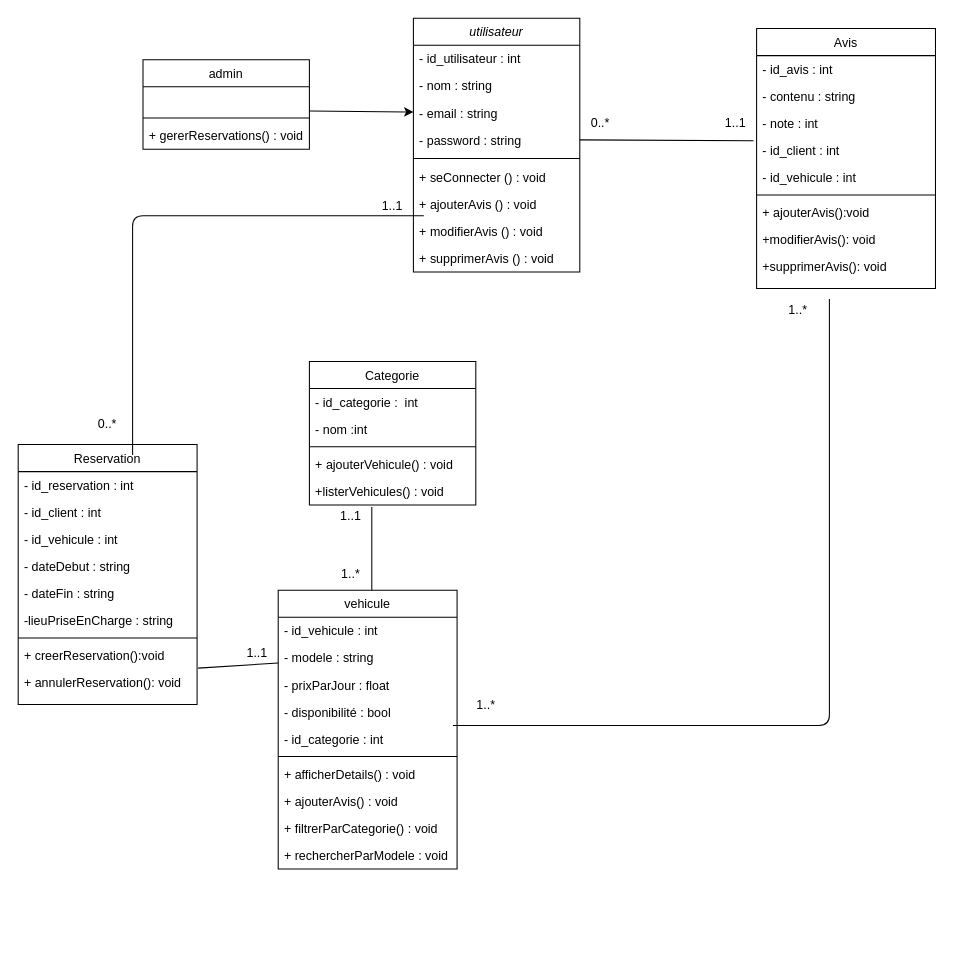
HananeOubaha/brief10-drive-loc keeps this draw.io diagram as diagrams/diagramme-classe.drawio. Above is the earlier version. Source tidied: cells renumbered, new cells numbered last; positions are measured from the earlier drawing's top-left corner, leaving out a move shared by most shapes. Both pictures are drawn from the tidied source at 104%, with x=0, y=0 at pixel (18, 18).
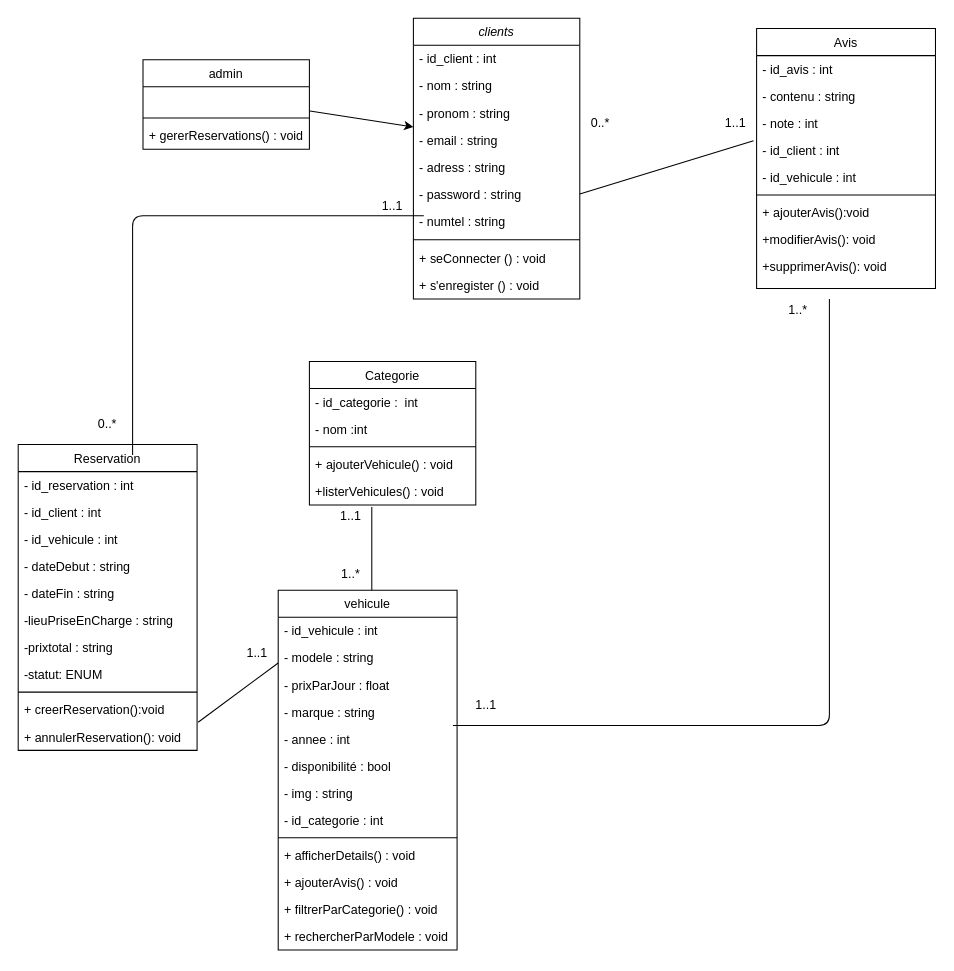
After the change.

Commit message (it also covers changes not shown here):
j'ai rediger le script de mon database

The edit, as a diff of the source:
```diff
@@
-    <mxCell id="2" value="utilisateur" style="swimlane;fontStyle=2;align=center;verticalAlign=top;horizontal=1;startSize=26;rounded=0;shadow=0;strokeWidth=1;" parent="1" vertex="1">
-      <mxGeometry x="380" width="160" height="244" as="geometry" />
+    <mxCell id="2" value="clients" style="swimlane;fontStyle=2;align=center;verticalAlign=top;horizontal=1;startSize=26;rounded=0;shadow=0;strokeWidth=1;" parent="1" vertex="1">
+      <mxGeometry x="380" width="160" height="270" as="geometry" />
     </mxCell>
-    <mxCell id="3" value="- id_utilisateur : int " style="text;align=left;verticalAlign=top;spacingLeft=4;spacingRight=4;overflow=hidden;" parent="2" vertex="1">
+    <mxCell id="3" value="- id_client : int " style="text;align=left;verticalAlign=top;spacingLeft=4;spacingRight=4;overflow=hidden;" parent="2" vertex="1">
       <mxGeometry y="26" width="160" height="26" as="geometry" />
     </mxCell>
@@
+    <mxCell id="68" value="- pronom : string" style="text;align=left;verticalAlign=top;spacingLeft=4;spacingRight=4;overflow=hidden;rounded=0;shadow=0;html=0;" parent="2" vertex="1">
+      <mxGeometry y="78" width="160" height="26" as="geometry" />
+    </mxCell>
     <mxCell id="5" value="- email : string" style="text;align=left;verticalAlign=top;spacingLeft=4;spacingRight=4;overflow=hidden;points=[[0,0.5],[1,0.5]];portConstraint=eastwest;rounded=0;shadow=0;html=0;" parent="2" vertex="1">
-      <mxGeometry y="78" width="160" height="26" as="geometry" />
+      <mxGeometry y="104" width="160" height="26" as="geometry" />
     </mxCell>
+    <mxCell id="69" value="- adress : string" style="text;align=left;verticalAlign=top;spacingLeft=4;spacingRight=4;overflow=hidden;rounded=0;shadow=0;html=0;" parent="2" vertex="1">
+      <mxGeometry y="130" width="160" height="26" as="geometry" />
+    </mxCell>
     <mxCell id="6" value="- password : string" style="text;align=left;verticalAlign=top;spacingLeft=4;spacingRight=4;overflow=hidden;points=[[0,0.5],[1,0.5]];portConstraint=eastwest;" parent="2" vertex="1">
-      <mxGeometry y="104" width="160" height="26" as="geometry" />
+      <mxGeometry y="156" width="160" height="26" as="geometry" />
     </mxCell>
+    <mxCell id="70" value="- numtel : string" style="text;align=left;verticalAlign=top;spacingLeft=4;spacingRight=4;overflow=hidden;rounded=0;shadow=0;html=0;" parent="2" vertex="1">
+      <mxGeometry y="182" width="160" height="26" as="geometry" />
+    </mxCell>
     <mxCell id="7" style="line;html=1;strokeWidth=1;align=left;verticalAlign=middle;spacingTop=-1;spacingLeft=3;spacingRight=3;labelPosition=right;" parent="2" vertex="1">
-      <mxGeometry y="130" width="160" height="10" as="geometry" />
+      <mxGeometry y="208" width="160" height="10" as="geometry" />
     </mxCell>
     <mxCell id="8" value="+ seConnecter () : void&#10;" style="text;align=left;verticalAlign=top;spacingLeft=4;spacingRight=4;overflow=hidden;" parent="2" vertex="1">
-      <mxGeometry y="140" width="160" height="26" as="geometry" />
+      <mxGeometry y="218" width="160" height="26" as="geometry" />
     </mxCell>
-    <mxCell id="9" value="+ ajouterAvis () : void&#10;" style="text;align=left;verticalAlign=top;spacingLeft=4;spacingRight=4;overflow=hidden;" parent="2" vertex="1">
-      <mxGeometry y="166" width="160" height="26" as="geometry" />
+    <mxCell id="9" value="+ s'enregister () : void&#10;" style="text;align=left;verticalAlign=top;spacingLeft=4;spacingRight=4;overflow=hidden;" parent="2" vertex="1">
+      <mxGeometry y="244" width="160" height="26" as="geometry" />
     </mxCell>
-    <mxCell id="10" value="+ modifierAvis () : void&#10;" style="text;align=left;verticalAlign=top;spacingLeft=4;spacingRight=4;overflow=hidden;" parent="2" vertex="1">
-      <mxGeometry y="192" width="160" height="26" as="geometry" />
-    </mxCell>
-    <mxCell id="11" value="+ supprimerAvis () : void&#10;" style="text;align=left;verticalAlign=top;spacingLeft=4;spacingRight=4;overflow=hidden;" parent="2" vertex="1">
-      <mxGeometry y="218" width="160" height="26" as="geometry" />
-    </mxCell>
@@
     <mxCell id="22" value="vehicule" style="swimlane;fontStyle=0;align=center;verticalAlign=top;horizontal=1;startSize=26;rounded=0;shadow=0;strokeWidth=1;" parent="1" vertex="1">
-      <mxGeometry x="250" y="550" width="172" height="268" as="geometry" />
+      <mxGeometry x="250" y="550" width="172" height="346" as="geometry" />
     </mxCell>
@@
+    <mxCell id="71" value="- marque : string" style="text;align=left;verticalAlign=top;spacingLeft=4;spacingRight=4;overflow=hidden;rounded=0;shadow=0;html=0;" parent="22" vertex="1">
+      <mxGeometry y="104" width="172" height="26" as="geometry" />
+    </mxCell>
+    <mxCell id="72" value="- annee : int" style="text;align=left;verticalAlign=top;spacingLeft=4;spacingRight=4;overflow=hidden;rounded=0;shadow=0;html=0;" parent="22" vertex="1">
+      <mxGeometry y="130" width="172" height="26" as="geometry" />
+    </mxCell>
     <mxCell id="26" value="- disponibilité : bool" style="text;align=left;verticalAlign=top;spacingLeft=4;spacingRight=4;overflow=hidden;rounded=0;shadow=0;html=0;" parent="22" vertex="1">
-      <mxGeometry y="104" width="172" height="26" as="geometry" />
+      <mxGeometry y="156" width="172" height="26" as="geometry" />
     </mxCell>
+    <mxCell id="73" value="- img : string" style="text;align=left;verticalAlign=top;spacingLeft=4;spacingRight=4;overflow=hidden;rounded=0;shadow=0;html=0;" parent="22" vertex="1">
+      <mxGeometry y="182" width="172" height="26" as="geometry" />
+    </mxCell>
     <mxCell id="27" value="- id_categorie : int " style="text;align=left;verticalAlign=top;spacingLeft=4;spacingRight=4;overflow=hidden;rounded=0;shadow=0;html=0;" parent="22" vertex="1">
-      <mxGeometry y="130" width="172" height="26" as="geometry" />
+      <mxGeometry y="208" width="172" height="26" as="geometry" />
     </mxCell>
     <mxCell id="28" style="line;html=1;strokeWidth=1;align=left;verticalAlign=middle;spacingTop=-1;spacingLeft=3;spacingRight=3;labelPosition=right;" parent="22" vertex="1">
-      <mxGeometry y="156" width="172" height="8" as="geometry" />
+      <mxGeometry y="234" width="172" height="8" as="geometry" />
     </mxCell>
     <mxCell id="29" value="+ afficherDetails() : void" style="text;align=left;verticalAlign=top;spacingLeft=4;spacingRight=4;overflow=hidden;" parent="22" vertex="1">
-      <mxGeometry y="164" width="172" height="26" as="geometry" />
+      <mxGeometry y="242" width="172" height="26" as="geometry" />
     </mxCell>
     <mxCell id="30" value="+ ajouterAvis() : void" style="text;align=left;verticalAlign=top;spacingLeft=4;spacingRight=4;overflow=hidden;" parent="22" vertex="1">
-      <mxGeometry y="190" width="172" height="26" as="geometry" />
+      <mxGeometry y="268" width="172" height="26" as="geometry" />
     </mxCell>
     <mxCell id="31" value="+ filtrerParCategorie() : void" style="text;align=left;verticalAlign=top;spacingLeft=4;spacingRight=4;overflow=hidden;" parent="22" vertex="1">
-      <mxGeometry y="216" width="172" height="26" as="geometry" />
+      <mxGeometry y="294" width="172" height="26" as="geometry" />
     </mxCell>
     <mxCell id="32" value="+ rechercherParModele : void" style="text;align=left;verticalAlign=top;spacingLeft=4;spacingRight=4;overflow=hidden;" parent="22" vertex="1">
-      <mxGeometry y="242" width="172" height="26" as="geometry" />
+      <mxGeometry y="320" width="172" height="26" as="geometry" />
     </mxCell>
     <mxCell id="33" value="Reservation" style="swimlane;fontStyle=0;align=center;verticalAlign=top;horizontal=1;startSize=26;rounded=0;shadow=0;strokeWidth=1;" parent="1" vertex="1">
-      <mxGeometry y="410" width="172" height="250" as="geometry" />
+      <mxGeometry y="410" width="172" height="294" as="geometry" />
     </mxCell>
@@
+    <mxCell id="74" value="-prixtotal : string" style="text;align=left;verticalAlign=top;spacingLeft=4;spacingRight=4;overflow=hidden;rounded=0;shadow=0;html=0;" parent="33" vertex="1">
+      <mxGeometry y="182" width="172" height="26" as="geometry" />
+    </mxCell>
+    <mxCell id="75" value="-statut: ENUM" style="text;align=left;verticalAlign=top;spacingLeft=4;spacingRight=4;overflow=hidden;rounded=0;shadow=0;html=0;" parent="33" vertex="1">
+      <mxGeometry y="208" width="172" height="26" as="geometry" />
+    </mxCell>
     <mxCell id="40" style="line;html=1;strokeWidth=1;align=left;verticalAlign=middle;spacingTop=-1;spacingLeft=3;spacingRight=3;labelPosition=right;" parent="33" vertex="1">
-      <mxGeometry y="182" width="172" height="8" as="geometry" />
+      <mxGeometry y="234" width="172" height="8" as="geometry" />
     </mxCell>
     <mxCell id="41" value="+ creerReservation():void" style="text;align=left;verticalAlign=top;spacingLeft=4;spacingRight=4;overflow=hidden;" parent="33" vertex="1">
-      <mxGeometry y="190" width="172" height="26" as="geometry" />
+      <mxGeometry y="242" width="172" height="26" as="geometry" />
     </mxCell>
     <mxCell id="42" value="+ annulerReservation(): void" style="text;align=left;verticalAlign=top;spacingLeft=4;spacingRight=4;overflow=hidden;points=[[0,0.5],[1,0.5]];portConstraint=eastwest;" parent="33" vertex="1">
-      <mxGeometry y="216" width="172" height="26" as="geometry" />
+      <mxGeometry y="268" width="172" height="26" as="geometry" />
     </mxCell>
@@
-    <mxCell id="67" value="1..*" style="text;html=1;strokeColor=none;fillColor=none;align=center;verticalAlign=middle;whiteSpace=wrap;rounded=0;" parent="1" vertex="1">
+    <mxCell id="67" value="1..1" style="text;html=1;strokeColor=none;fillColor=none;align=center;verticalAlign=middle;whiteSpace=wrap;rounded=0;" parent="1" vertex="1">
       <mxGeometry x="430" y="650" width="40" height="22" as="geometry" />
     </mxCell>
```
